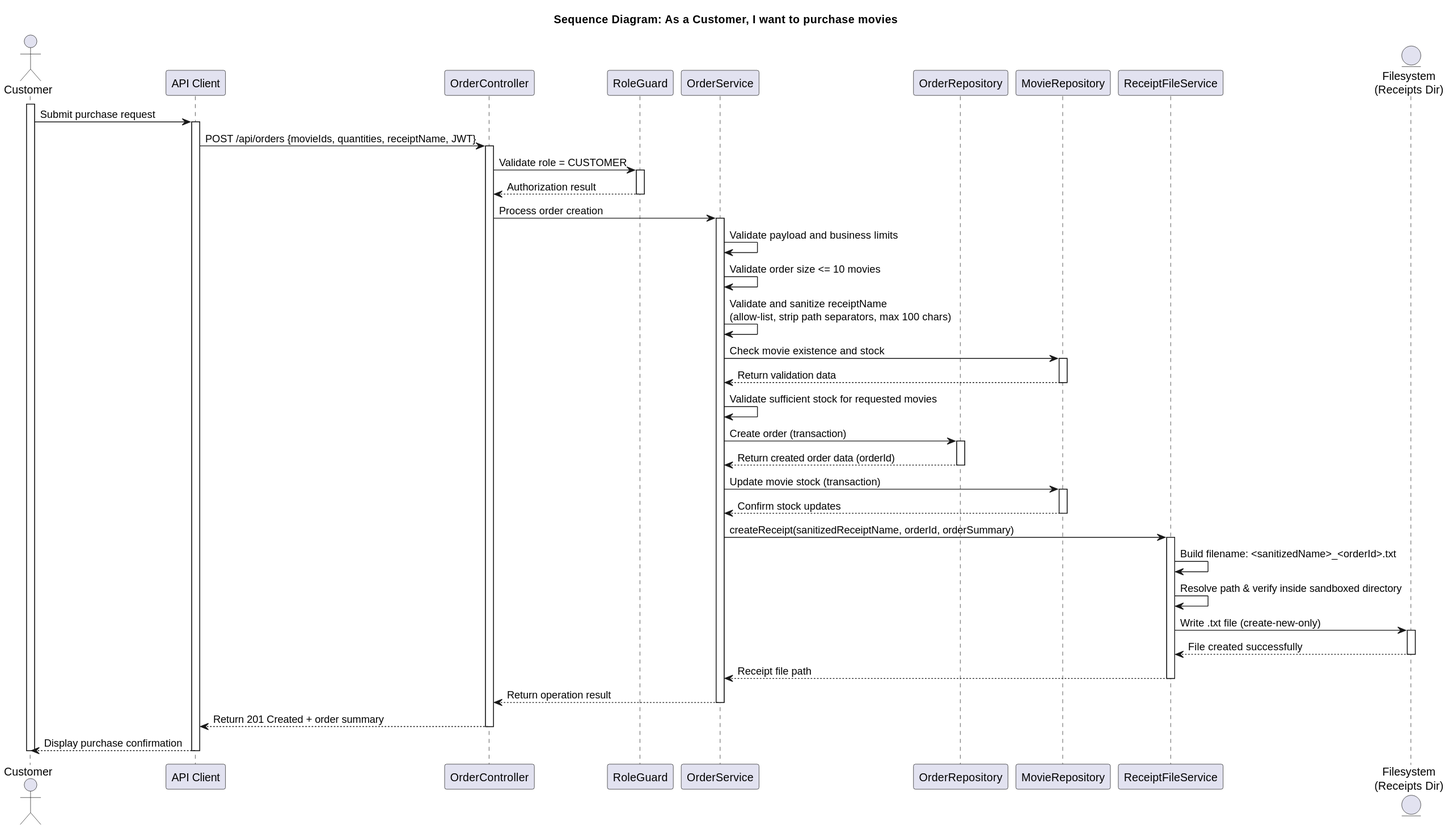
The PlantUML diagram Deliverables/Phase1/UseCases/UC3_PurchaseMovie/Diagrams/images/UseCase3.svg in mei-desofs/desofs2026-wed_nap_1-1, before a commit.
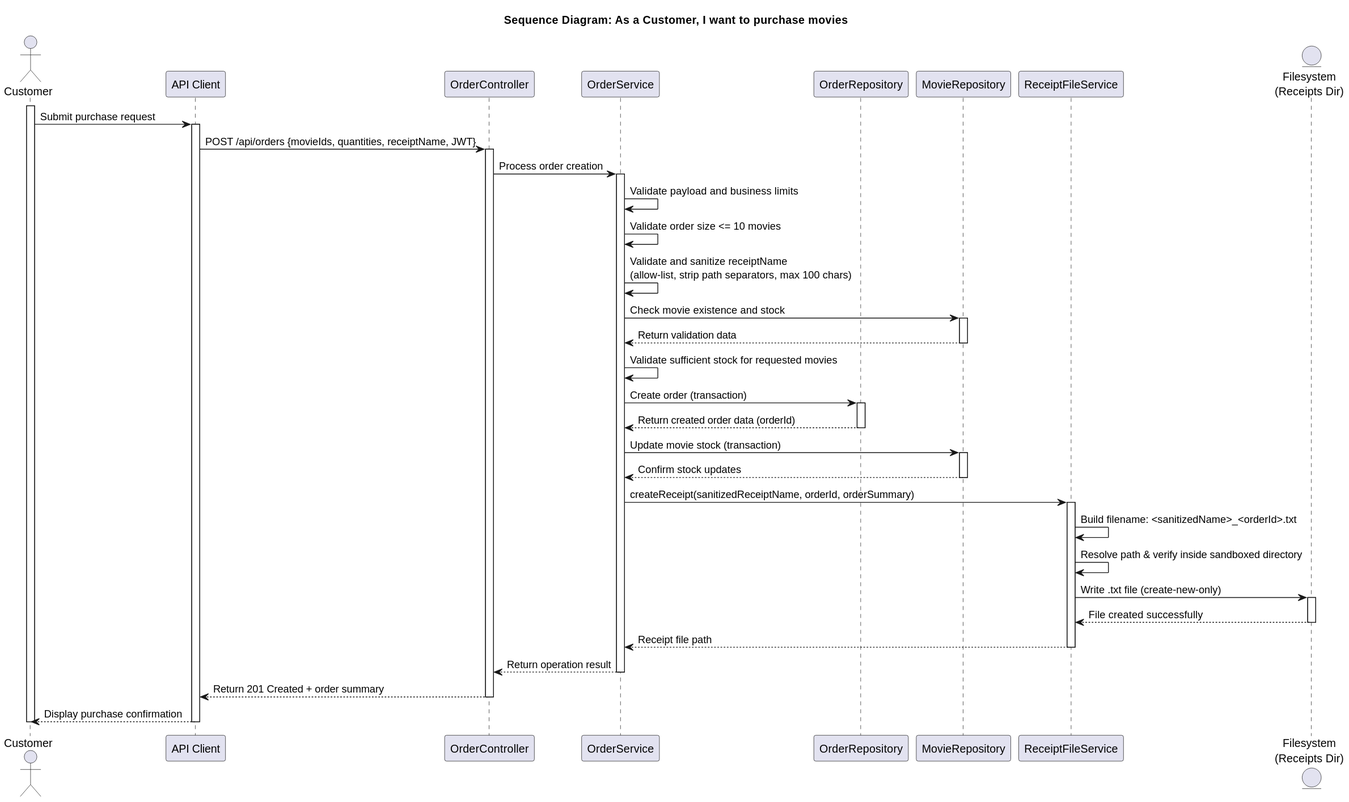
After the change.

The edit, as a diff of the source:
```diff
@@ -4,7 +4,6 @@
 actor Customer
 participant "API Client" as API
 participant OrderController as OC
-participant RoleGuard as RG
 participant OrderService as OS
 participant OrderRepository as OR
 participant MovieRepository as MR
@@ -16,10 +15,6 @@
 activate API
 API -> OC: POST /api/orders {movieIds, quantities, receiptName, JWT}
 activate OC
-OC -> RG: Validate role = CUSTOMER
-activate RG
-RG --> OC: Authorization result
-deactivate RG
 
 OC -> OS: Process order creation
 activate OS
```
